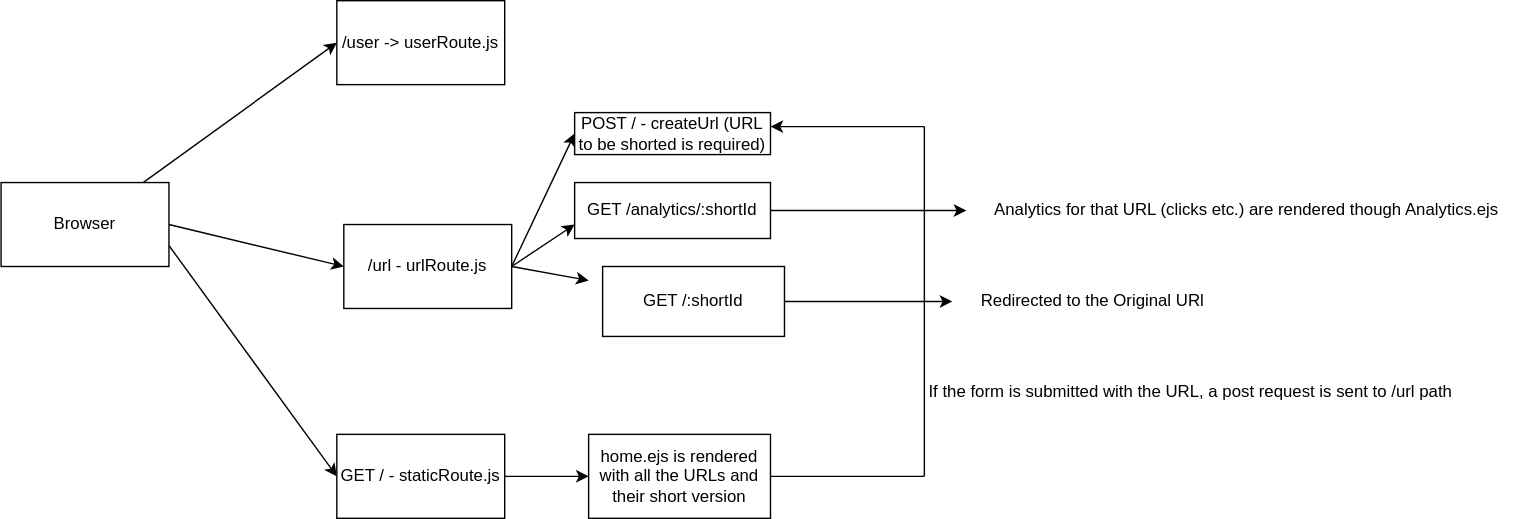
coder2800/URLShortener keeps this draw.io diagram as architecture.drawio.svg. Above is the earlier version. Source tidied: cells renumbered, new cells last; positions are measured from the earlier drawing's top-left corner, leaving out a move shared by most shapes.
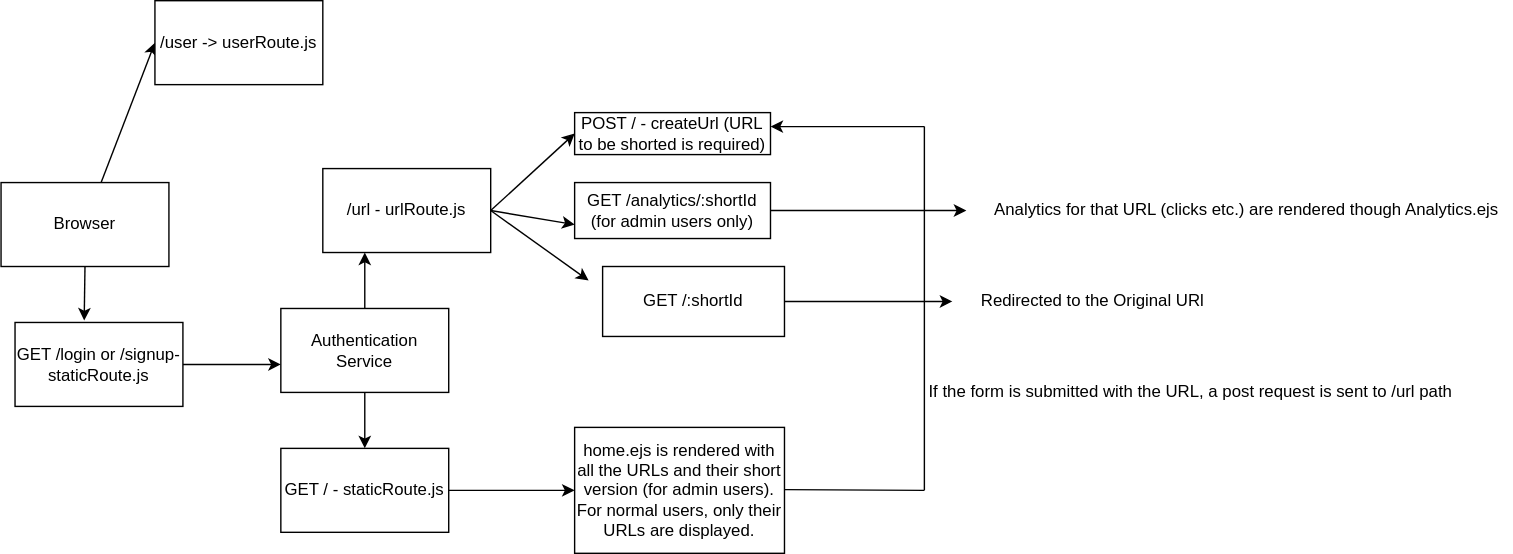
The same diagram one commit later.

Commit message:
Added architecture diagram

What changed in the source:
```diff
@@ -5,17 +5,14 @@
     <mxCell id="2" style="edgeStyle=none;html=1;entryX=0;entryY=0.5;entryDx=0;entryDy=0;" parent="1" edge="1" source="5" target="6">
       <mxGeometry relative="1" as="geometry" />
     </mxCell>
-    <mxCell id="3" style="edgeStyle=none;html=1;exitX=1;exitY=0.5;exitDx=0;exitDy=0;entryX=0;entryY=0.5;entryDx=0;entryDy=0;" parent="1" edge="1" source="5" target="10">
-      <mxGeometry relative="1" as="geometry" />
-    </mxCell>
-    <mxCell id="4" style="edgeStyle=none;html=1;exitX=1;exitY=0.75;exitDx=0;exitDy=0;entryX=0;entryY=0.5;entryDx=0;entryDy=0;" parent="1" edge="1" source="5" target="12">
-      <mxGeometry relative="1" as="geometry" />
-    </mxCell>
+    <mxCell id="25" style="edgeStyle=none;html=1;exitX=0.5;exitY=1;exitDx=0;exitDy=0;entryX=0.412;entryY=-0.023;entryDx=0;entryDy=0;entryPerimeter=0;" parent="1" edge="1" source="5" target="30">
+      <mxGeometry relative="1" as="geometry" />
+    </mxCell>
     <mxCell id="5" value="Browser" style="rounded=0;whiteSpace=wrap;html=1;" parent="1" vertex="1">
       <mxGeometry y="130" width="120" height="60" as="geometry" />
     </mxCell>
     <mxCell id="6" value="/user -&amp;gt; userRoute.js" style="rounded=0;whiteSpace=wrap;html=1;" parent="1" vertex="1">
-      <mxGeometry x="240" width="120" height="60" as="geometry" />
+      <mxGeometry x="110" width="120" height="60" as="geometry" />
     </mxCell>
     <mxCell id="7" style="edgeStyle=none;html=1;exitX=1;exitY=0.5;exitDx=0;exitDy=0;entryX=0;entryY=0.5;entryDx=0;entryDy=0;" parent="1" edge="1" source="10" target="14">
       <mxGeometry relative="1" as="geometry" />
@@ -29,16 +26,16 @@
       </mxGeometry>
     </mxCell>
     <mxCell id="10" value="/url - urlRoute.js" style="rounded=0;whiteSpace=wrap;html=1;" parent="1" vertex="1">
-      <mxGeometry x="245" y="160" width="120" height="60" as="geometry" />
+      <mxGeometry x="230" y="120" width="120" height="60" as="geometry" />
     </mxCell>
     <mxCell id="11" style="edgeStyle=none;html=1;exitX=1;exitY=0.5;exitDx=0;exitDy=0;entryX=0;entryY=0.5;entryDx=0;entryDy=0;" parent="1" edge="1" source="12" target="13">
       <mxGeometry relative="1" as="geometry" />
     </mxCell>
     <mxCell id="12" value="GET / - staticRoute.js" style="rounded=0;whiteSpace=wrap;html=1;" parent="1" vertex="1">
-      <mxGeometry x="240" y="310" width="120" height="60" as="geometry" />
+      <mxGeometry x="200" y="320" width="120" height="60" as="geometry" />
     </mxCell>
-    <mxCell id="13" value="home.ejs is rendered with all the URLs and their short version" style="rounded=0;whiteSpace=wrap;html=1;" parent="1" vertex="1">
-      <mxGeometry x="420" y="310" width="130" height="60" as="geometry" />
+    <mxCell id="13" value="home.ejs is rendered with all the URLs and their short version (for admin users). For normal users, only their URLs are displayed." style="rounded=0;whiteSpace=wrap;html=1;" parent="1" vertex="1">
+      <mxGeometry x="410" y="305" width="150" height="90" as="geometry" />
     </mxCell>
     <mxCell id="14" value="POST / - createUrl (URL to be shorted is required)" style="rounded=0;whiteSpace=wrap;html=1;" parent="1" vertex="1">
       <mxGeometry x="410" y="80" width="140" height="30" as="geometry" />
@@ -48,7 +45,7 @@
         <mxPoint x="690" y="150" as="targetPoint" />
       </mxGeometry>
     </mxCell>
-    <mxCell id="16" value="GET /analytics/:shortId" style="rounded=0;whiteSpace=wrap;html=1;" parent="1" vertex="1">
+    <mxCell id="16" value="GET /analytics/:shortId (for admin users only)" style="rounded=0;whiteSpace=wrap;html=1;" parent="1" vertex="1">
       <mxGeometry x="410" y="130" width="140" height="40" as="geometry" />
     </mxCell>
     <mxCell id="17" style="endArrow=classic;html=1;" parent="1" edge="1">
@@ -76,15 +73,30 @@
     </mxCell>
     <mxCell id="23" style="endArrow=none;html=1;" parent="1" edge="1">
       <mxGeometry relative="1" as="geometry">
-        <mxPoint x="550" y="340" as="sourcePoint" />
-        <mxPoint x="660" y="340" as="targetPoint" />
+        <mxPoint x="560" y="349.5" as="sourcePoint" />
+        <mxPoint x="660" y="350" as="targetPoint" />
       </mxGeometry>
     </mxCell>
     <mxCell id="24" style="endArrow=none;html=1;" parent="1" edge="1">
       <mxGeometry relative="1" as="geometry">
-        <mxPoint x="660" y="340" as="sourcePoint" />
+        <mxPoint x="660" y="350" as="sourcePoint" />
         <mxPoint x="660" y="90" as="targetPoint" />
       </mxGeometry>
     </mxCell>
+    <mxCell id="26" style="edgeStyle=none;html=1;entryX=0.25;entryY=1;entryDx=0;entryDy=0;" parent="1" edge="1" source="28" target="10">
+      <mxGeometry relative="1" as="geometry" />
+    </mxCell>
+    <mxCell id="27" style="edgeStyle=none;html=1;" parent="1" edge="1" source="28" target="12">
+      <mxGeometry relative="1" as="geometry" />
+    </mxCell>
+    <mxCell id="28" value="Authentication Service" style="rounded=0;whiteSpace=wrap;html=1;" parent="1" vertex="1">
+      <mxGeometry x="200" y="220" width="120" height="60" as="geometry" />
+    </mxCell>
+    <mxCell id="29" style="edgeStyle=none;html=1;exitX=1;exitY=0.5;exitDx=0;exitDy=0;entryX=0;entryY=0.667;entryDx=0;entryDy=0;entryPerimeter=0;" parent="1" edge="1" source="30" target="28">
+      <mxGeometry relative="1" as="geometry" />
+    </mxCell>
+    <mxCell id="30" value="GET /login or /signup- staticRoute.js" style="rounded=0;whiteSpace=wrap;html=1;" parent="1" vertex="1">
+      <mxGeometry x="10" y="230" width="120" height="60" as="geometry" />
+    </mxCell>
   </root>
 </mxGraphModel>
```
